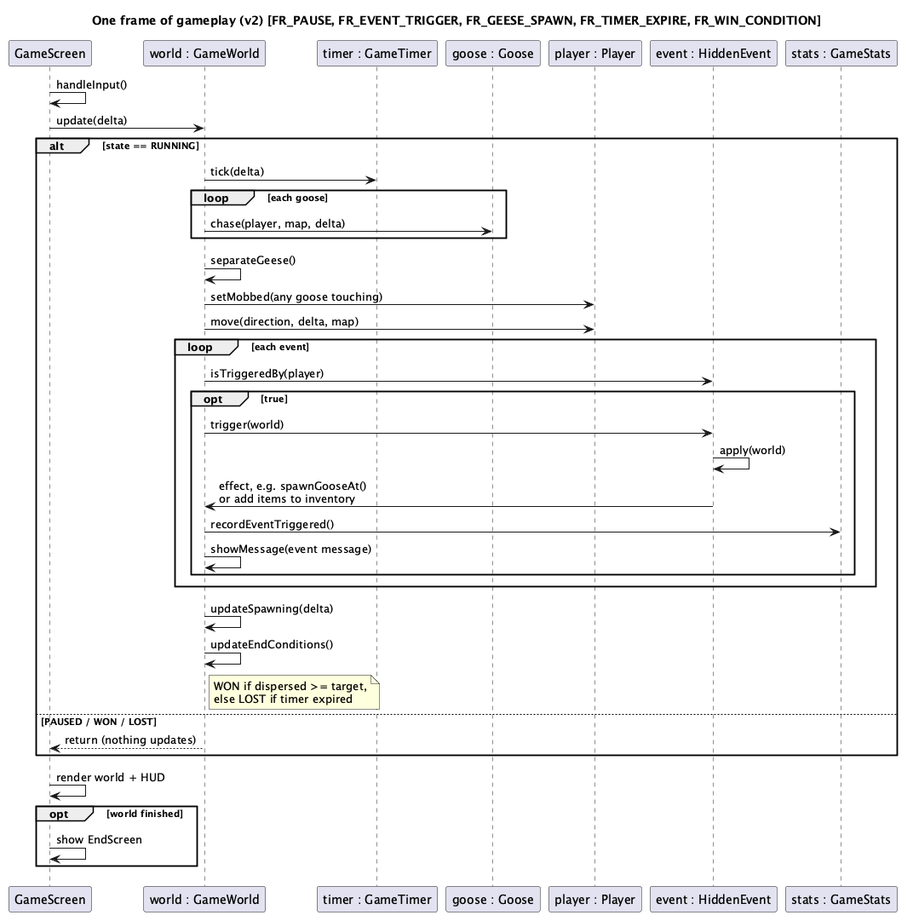
This is architecture/v2/seq-update.png from dns2jtm/Eng1_Project_Team8, a PlantUML export, as it was before one commit.
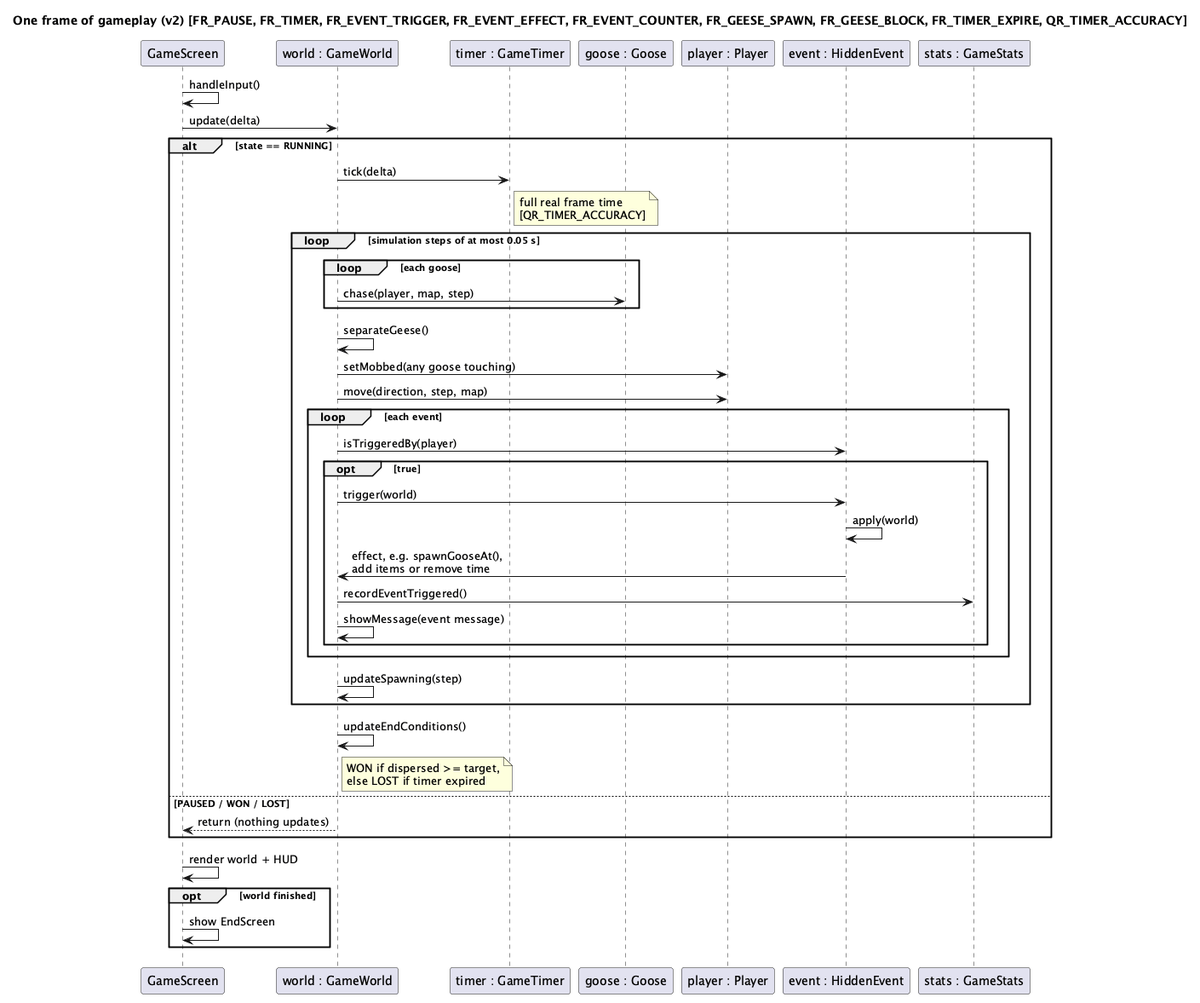
After the commit.

What changed in the source:
```diff
@@ -1,5 +1,5 @@
 @startuml seq-update
-title One frame of gameplay (v2) [FR_PAUSE, FR_EVENT_TRIGGER, FR_GEESE_SPAWN, FR_TIMER_EXPIRE, FR_WIN_CONDITION]
+title One frame of gameplay (v2) [FR_PAUSE, FR_TIMER, FR_EVENT_TRIGGER, FR_EVENT_EFFECT, FR_EVENT_COUNTER, FR_GEESE_SPAWN, FR_GEESE_BLOCK, FR_TIMER_EXPIRE, QR_TIMER_ACCURACY]
 participant "GameScreen" as S
 participant "world : GameWorld" as W
 participant "timer : GameTimer" as T
@@ -12,23 +12,26 @@
 S -> W : update(delta)
 alt state == RUNNING
   W -> T : tick(delta)
-  loop each goose
-    W -> G : chase(player, map, delta)
+  note right of T : full real frame time\n[QR_TIMER_ACCURACY]
+  loop simulation steps of at most 0.05 s
+    loop each goose
+      W -> G : chase(player, map, step)
+    end
+    W -> W : separateGeese()
+    W -> P : setMobbed(any goose touching)
+    W -> P : move(direction, step, map)
+    loop each event
+      W -> E : isTriggeredBy(player)
+      opt true
+        W -> E : trigger(world)
+        E -> E : apply(world)
+        E -> W : effect, e.g. spawnGooseAt(),\nadd items or remove time
+        W -> ST : recordEventTriggered()
+        W -> W : showMessage(event message)
+      end
+    end
+    W -> W : updateSpawning(step)
   end
-  W -> W : separateGeese()
-  W -> P : setMobbed(any goose touching)
-  W -> P : move(direction, delta, map)
-  loop each event
-    W -> E : isTriggeredBy(player)
-    opt true
-      W -> E : trigger(world)
-      E -> E : apply(world)
-      E -> W : effect, e.g. spawnGooseAt()\nor add items to inventory
-      W -> ST : recordEventTriggered()
-      W -> W : showMessage(event message)
-    end
-  end
-  W -> W : updateSpawning(delta)
   W -> W : updateEndConditions()
   note right of W
     WON if dispersed >= target,
```
